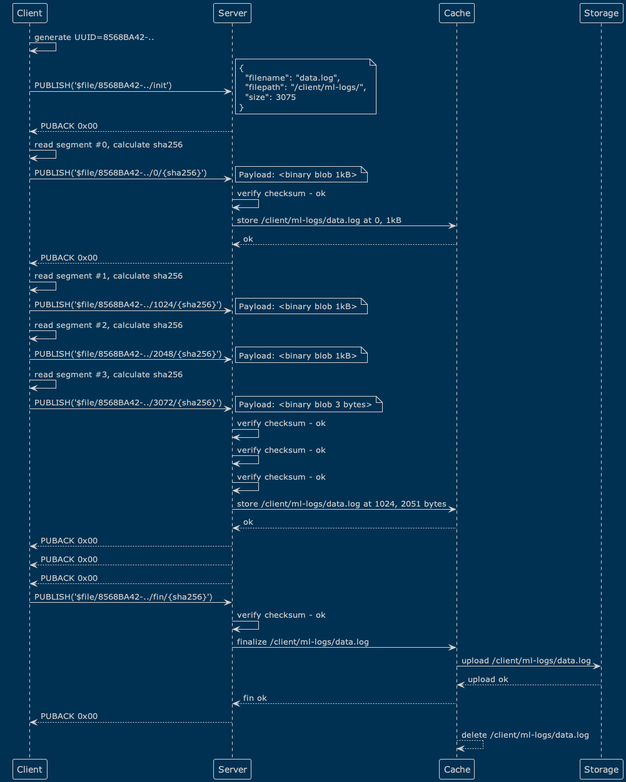
The PlantUML diagram active/0021-assets/flow-happy-path.png in emqx/eip, before a commit.
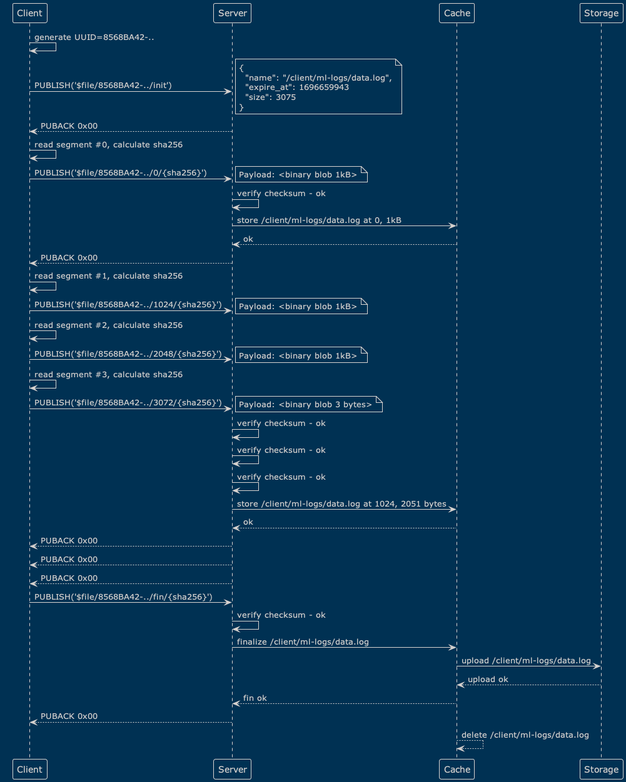
The same file after the commit.

Commit message:
feat: 0021, update happy path diagram

What changed in the source:
```diff
@@ -4,8 +4,8 @@
 Client -> Server: PUBLISH('$file/8568BA42-../init')
 note right
 {
-  "filename": "data.log",
-  "filepath": "/client/ml-logs/",
+  "name": "/client/ml-logs/data.log",
+  "expire_at": 1696659943
   "size": 3075
 }
 end note
```
